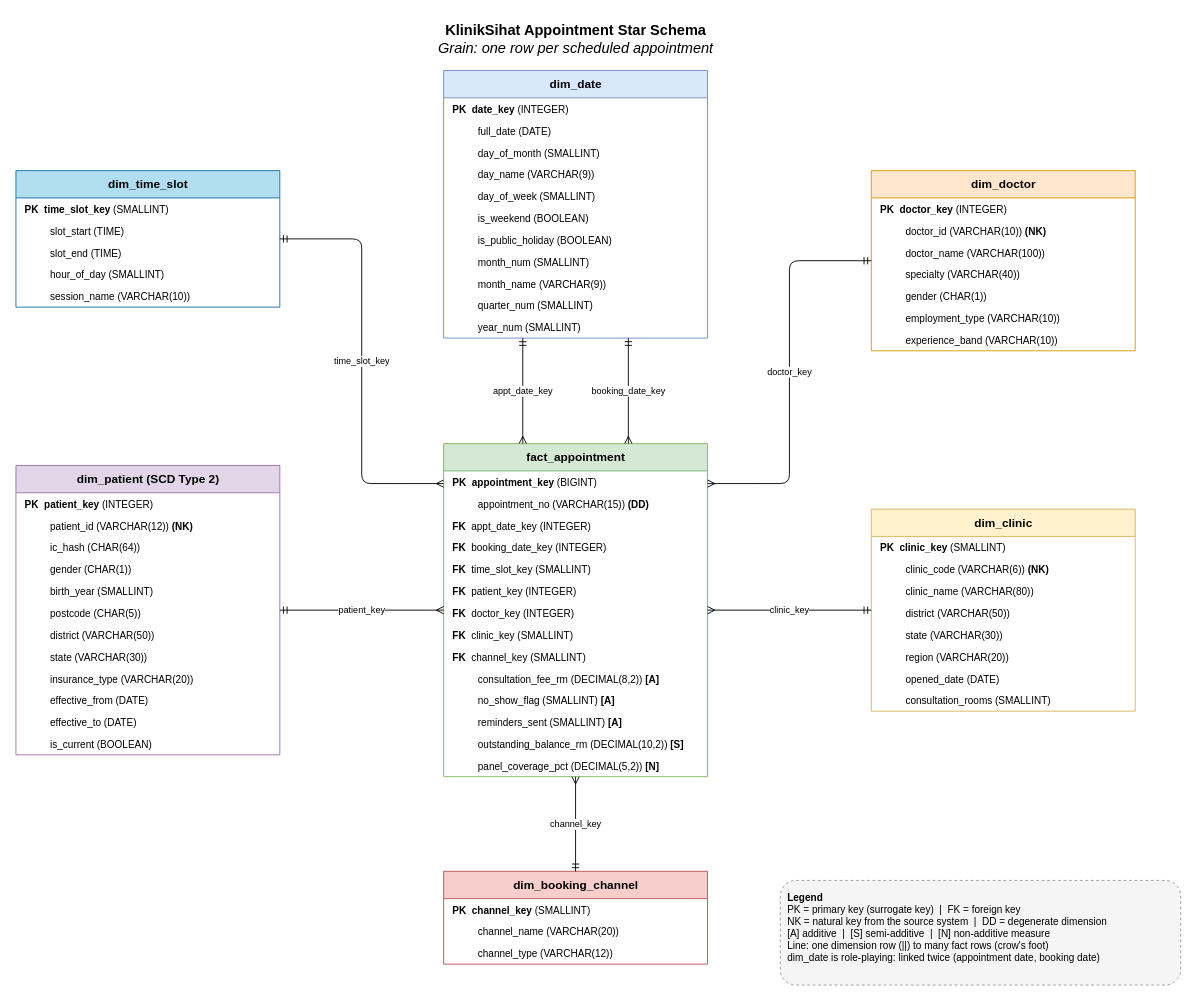
qist-tuah/WIE3007_A1_23001946 keeps this draw.io diagram as diagrams/star_schema.drawio. Above is the earlier version. Source tidied: cells renumbered, new cells numbered last; positions are measured from the earlier drawing's top-left corner, leaving out a move shared by most shapes. Both pictures are drawn from the tidied source at 91%, with x=0, y=0 at pixel (15, 15).
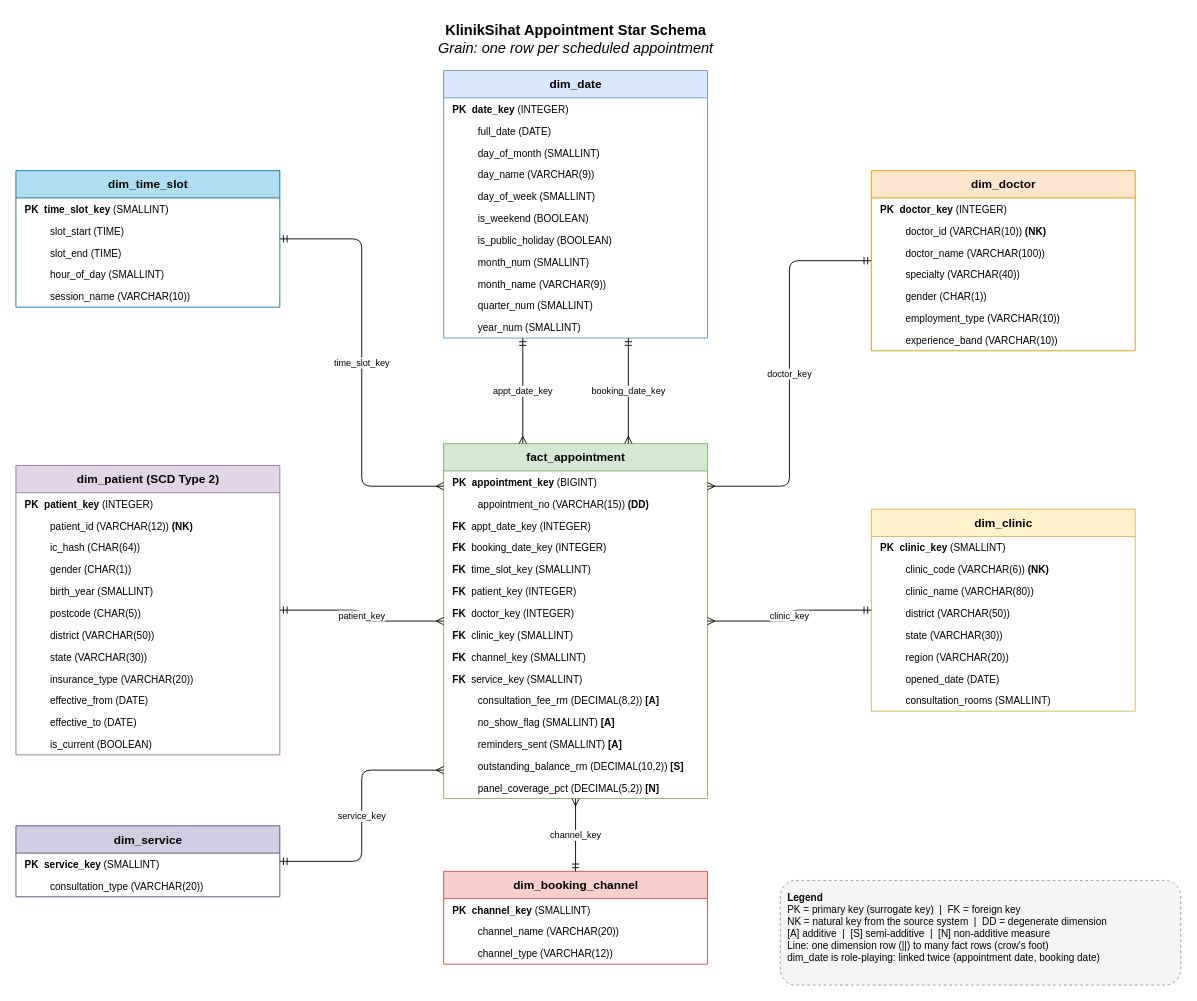
After the change.

Commit message (it also covers changes not shown here):
Add dim_service to star schema (DDL and diagram)

What changed in the source:
```diff
@@
     <mxCell id="2" value="fact_appointment" style="swimlane;fontStyle=1;startSize=30;html=1;fillColor=#d5e8d4;strokeColor=#82b366;swimlaneFillColor=#ffffff;fontSize=13;" parent="1" vertex="1">
-      <mxGeometry x="470" y="470" width="290" height="366" as="geometry" />
+      <mxGeometry x="470" y="470" width="290" height="390" as="geometry" />
     </mxCell>
@@
-    <mxCell id="12" value="consultation_fee_rm (DECIMAL(8,2)) &lt;b&gt;[A]&lt;/b&gt;" style="text;html=1;strokeColor=none;fillColor=none;align=left;spacingLeft=36;fontSize=11;" parent="2" vertex="1">
+    <mxCell id="12" value="&lt;b&gt;FK&lt;/b&gt;&amp;nbsp;&amp;nbsp;service_key (SMALLINT)" style="text;html=1;strokeColor=none;fillColor=none;align=left;spacingLeft=8;fontSize=11;" parent="2" vertex="1">
       <mxGeometry y="246" width="290" height="24" as="geometry" />
     </mxCell>
-    <mxCell id="13" value="no_show_flag (SMALLINT) &lt;b&gt;[A]&lt;/b&gt;" style="text;html=1;strokeColor=none;fillColor=none;align=left;spacingLeft=36;fontSize=11;" parent="2" vertex="1">
+    <mxCell id="13" value="consultation_fee_rm (DECIMAL(8,2)) &lt;b&gt;[A]&lt;/b&gt;" style="text;html=1;strokeColor=none;fillColor=none;align=left;spacingLeft=36;fontSize=11;" parent="2" vertex="1">
       <mxGeometry y="270" width="290" height="24" as="geometry" />
     </mxCell>
-    <mxCell id="14" value="reminders_sent (SMALLINT) &lt;b&gt;[A]&lt;/b&gt;" style="text;html=1;strokeColor=none;fillColor=none;align=left;spacingLeft=36;fontSize=11;" parent="2" vertex="1">
+    <mxCell id="14" value="no_show_flag (SMALLINT) &lt;b&gt;[A]&lt;/b&gt;" style="text;html=1;strokeColor=none;fillColor=none;align=left;spacingLeft=36;fontSize=11;" parent="2" vertex="1">
       <mxGeometry y="294" width="290" height="24" as="geometry" />
     </mxCell>
-    <mxCell id="15" value="outstanding_balance_rm (DECIMAL(10,2)) &lt;b&gt;[S]&lt;/b&gt;" style="text;html=1;strokeColor=none;fillColor=none;align=left;spacingLeft=36;fontSize=11;" parent="2" vertex="1">
+    <mxCell id="15" value="reminders_sent (SMALLINT) &lt;b&gt;[A]&lt;/b&gt;" style="text;html=1;strokeColor=none;fillColor=none;align=left;spacingLeft=36;fontSize=11;" parent="2" vertex="1">
       <mxGeometry y="318" width="290" height="24" as="geometry" />
     </mxCell>
-    <mxCell id="16" value="panel_coverage_pct (DECIMAL(5,2)) &lt;b&gt;[N]&lt;/b&gt;" style="text;html=1;strokeColor=none;fillColor=none;align=left;spacingLeft=36;fontSize=11;" parent="2" vertex="1">
+    <mxCell id="16" value="outstanding_balance_rm (DECIMAL(10,2)) &lt;b&gt;[S]&lt;/b&gt;" style="text;html=1;strokeColor=none;fillColor=none;align=left;spacingLeft=36;fontSize=11;" parent="2" vertex="1">
       <mxGeometry y="342" width="290" height="24" as="geometry" />
     </mxCell>
+    <mxCell id="78" value="panel_coverage_pct (DECIMAL(5,2)) &lt;b&gt;[N]&lt;/b&gt;" style="text;html=1;strokeColor=none;fillColor=none;align=left;spacingLeft=36;fontSize=11;" parent="2" vertex="1">
+      <mxGeometry y="366" width="290" height="24" as="geometry" />
+    </mxCell>
@@
+    <mxCell id="79" value="dim_service" style="swimlane;fontStyle=1;startSize=30;html=1;fillColor=#d0cee2;strokeColor=#56517e;swimlaneFillColor=#ffffff;fontSize=13;" parent="1" vertex="1">
+      <mxGeometry y="890" width="290" height="78" as="geometry" />
+    </mxCell>
+    <mxCell id="80" value="&lt;b&gt;PK&lt;/b&gt;&amp;nbsp;&amp;nbsp;&lt;b&gt;service_key&lt;/b&gt; (SMALLINT)" style="text;html=1;strokeColor=none;fillColor=none;align=left;spacingLeft=8;fontSize=11;" parent="79" vertex="1">
+      <mxGeometry y="30" width="290" height="24" as="geometry" />
+    </mxCell>
+    <mxCell id="81" value="consultation_type (VARCHAR(20))" style="text;html=1;strokeColor=none;fillColor=none;align=left;spacingLeft=36;fontSize=11;" parent="79" vertex="1">
+      <mxGeometry y="54" width="290" height="24" as="geometry" />
+    </mxCell>
@@
+    <mxCell id="82" value="service_key" style="edgeStyle=orthogonalEdgeStyle;html=1;startArrow=ERmandOne;endArrow=ERmany;endFill=0;fontSize=10;exitX=1;exitY=0.5;entryX=0;entryY=0.92;" parent="1" edge="1" source="79" target="2">
+      <mxGeometry relative="1" as="geometry" />
+    </mxCell>
```
